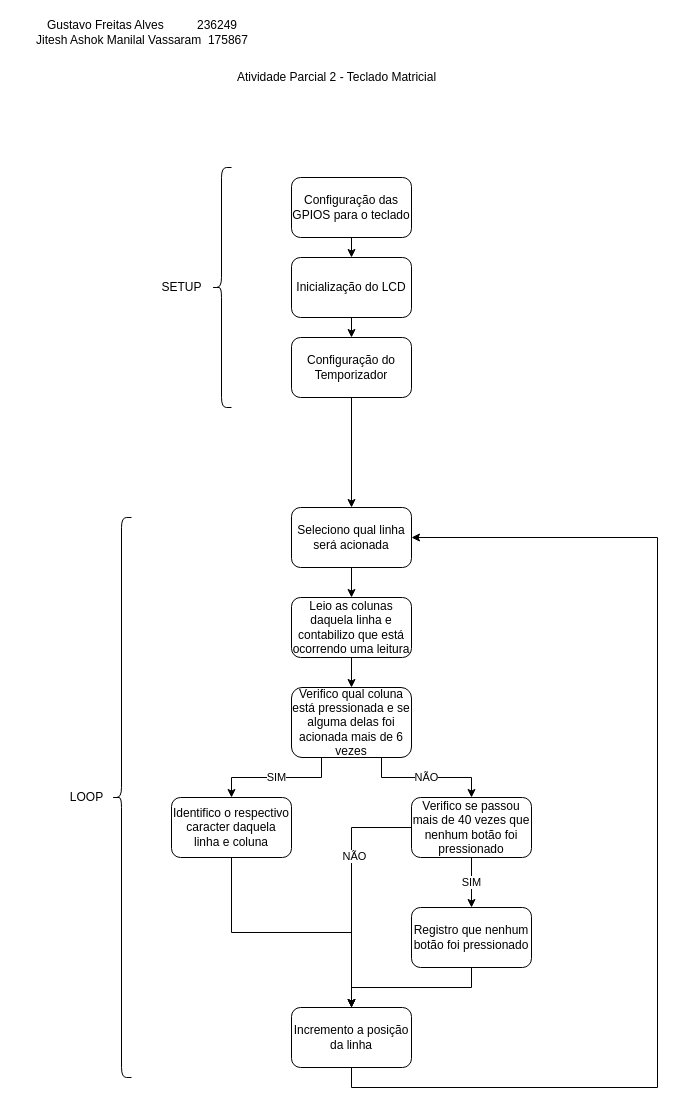
This is Projeto 3/atv_parcial_2.drawio from GustavoFA/EA076_2022_1S, a draw.io file, before an edit. Source tidied: cells renumbered, new cells numbered last; positions are measured from the earlier drawing's top-left corner, leaving out a move shared by most shapes. Both pictures are drawn from the tidied source at 100%, with x=0, y=0 at pixel (17, 17).
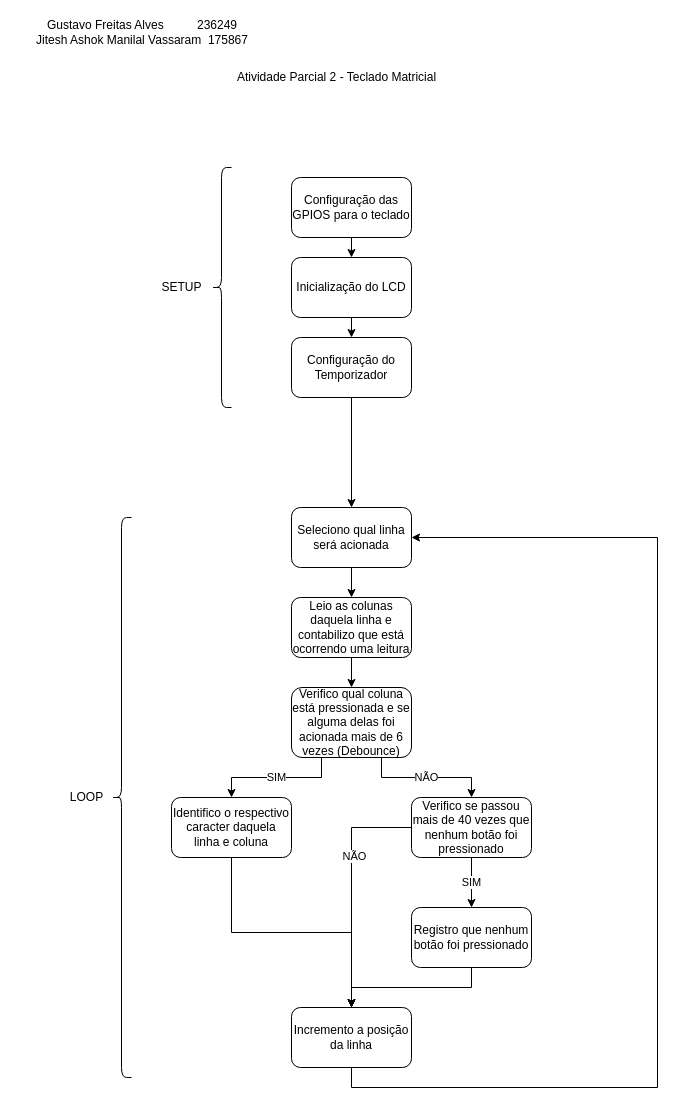
After the change.

The edit, as a diff of the source:
```diff
@@
-    <mxCell id="14" value="Verifico qual coluna está pressionada e se alguma delas foi acionada mais de 6 vezes" style="rounded=1;whiteSpace=wrap;html=1;" parent="1" vertex="1">
+    <mxCell id="14" value="Verifico qual coluna está pressionada e se alguma delas foi acionada mais de 6 vezes (Debounce)" style="rounded=1;whiteSpace=wrap;html=1;" parent="1" vertex="1">
       <mxGeometry x="274" y="670" width="120" height="70" as="geometry" />
     </mxCell>
```
